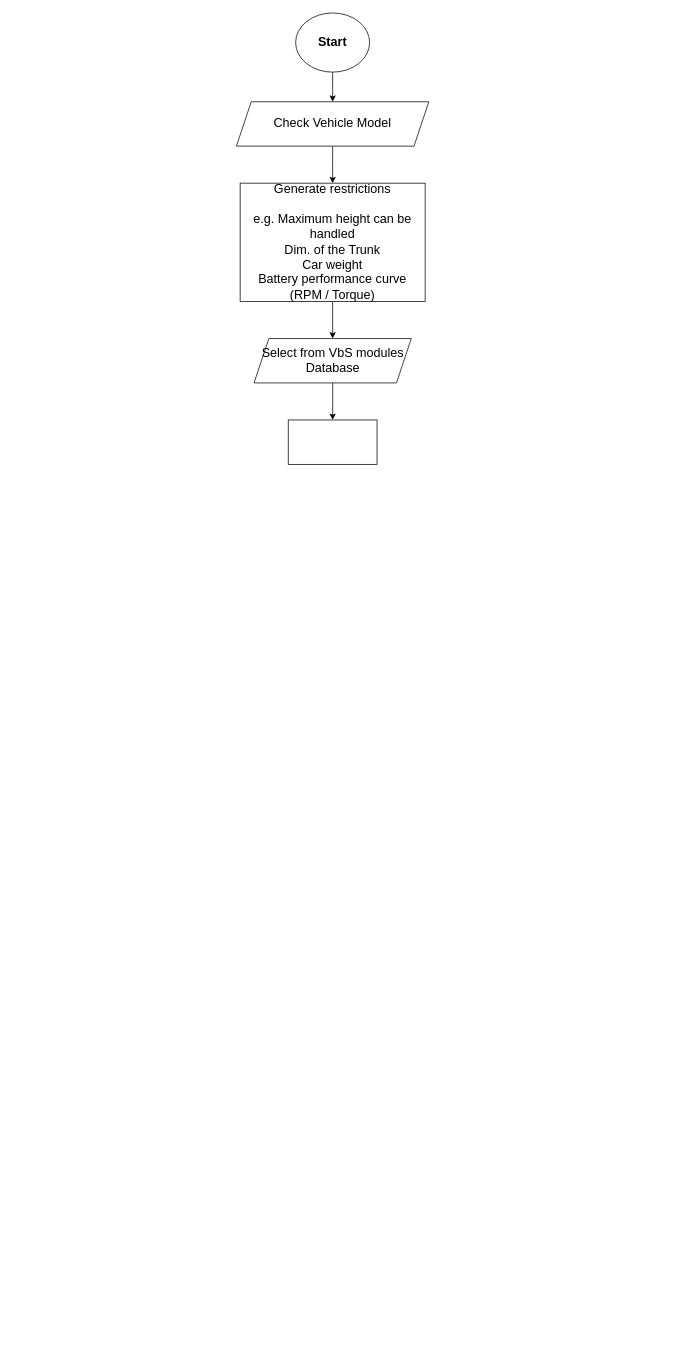
Earlier version of the draw.io diagram page "UML" (2 of 3) of Draft01.drawio (AhmedElsayed-17/UML_aCar). Source tidied: cells renumbered, new cells numbered last; positions are measured from the earlier drawing's top-left corner, leaving out a move shared by most shapes. Both pictures are drawn from the tidied source at 74%, with x=0, y=0 at pixel (236, 13).
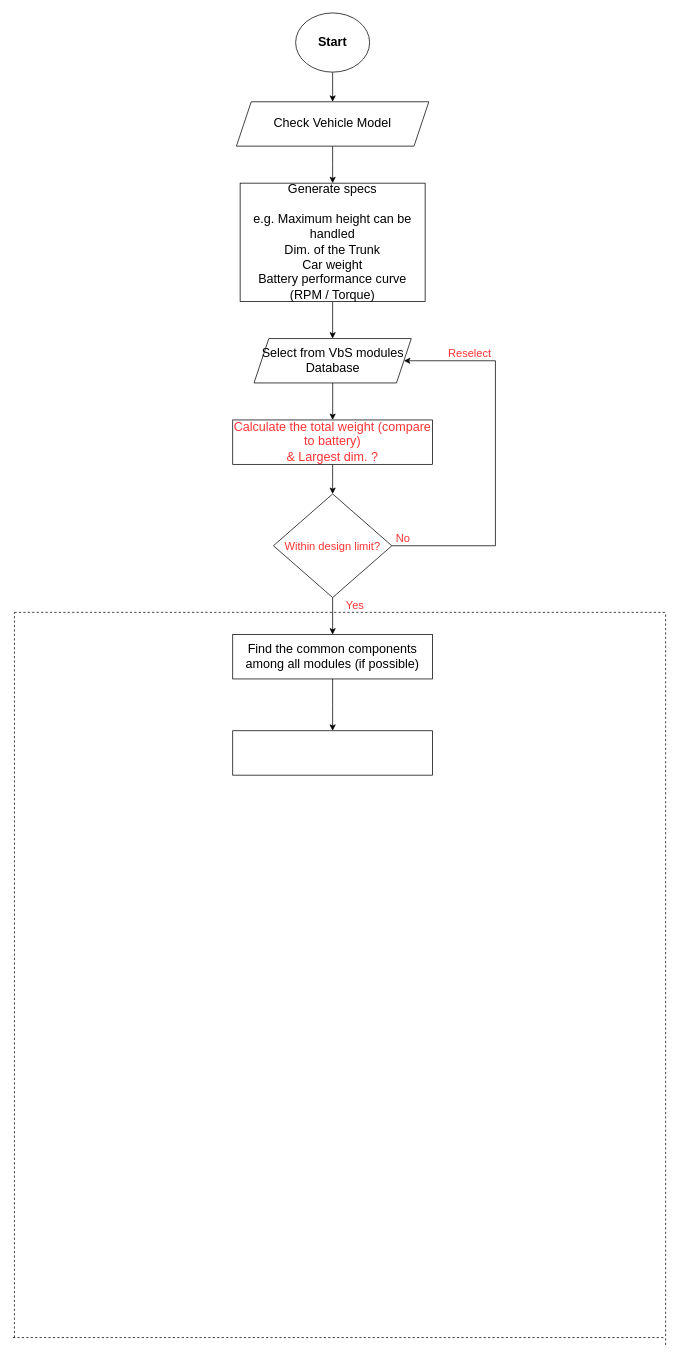
The same diagram, later.

The change refers to these unchanged cells:
```xml
<mxCell id="9" value="Select from VbS modules Database" style="shape=parallelogram;perimeter=parallelogramPerimeter;whiteSpace=wrap;html=1;fixedSize=1;fontSize=17;" parent="1" vertex="1">
  <mxGeometry x="23.8" y="440" width="212.5" height="60" as="geometry" />
</mxCell>
```

Diff of the diagram source:
```diff
@@
-    <mxCell id="7" value="&lt;div&gt;Generate restrictions&lt;/div&gt;&lt;div&gt;&lt;br&gt;&lt;/div&gt;&lt;div&gt;e.g. Maximum height can be handled&lt;/div&gt;&lt;div&gt;&lt;div&gt;Dim. of the Trunk&lt;/div&gt;&lt;/div&gt;&lt;div&gt;Car weight&lt;/div&gt;&lt;div&gt;Battery performance curve (RPM / Torque)&lt;/div&gt;" style="rounded=0;whiteSpace=wrap;html=1;fontSize=17;" parent="1" vertex="1">
+    <mxCell id="7" value="&lt;div&gt;Generate specs&lt;/div&gt;&lt;div&gt;&lt;br&gt;&lt;/div&gt;&lt;div&gt;e.g. Maximum height can be handled&lt;/div&gt;&lt;div&gt;&lt;div&gt;Dim. of the Trunk&lt;/div&gt;&lt;/div&gt;&lt;div&gt;Car weight&lt;/div&gt;&lt;div&gt;Battery performance curve (RPM / Torque)&lt;/div&gt;" style="rounded=0;whiteSpace=wrap;html=1;fontSize=17;" parent="1" vertex="1">
       <mxGeometry x="5" y="230" width="250" height="160" as="geometry" />
     </mxCell>
@@
+    <mxCell id="11" style="edgeStyle=orthogonalEdgeStyle;rounded=0;jettySize=auto;html=1;exitX=0.5;exitY=1;exitDx=0;exitDy=0;" parent="1" edge="1" source="10">
+      <mxGeometry relative="1" as="geometry">
+        <mxPoint x="130" y="650" as="targetPoint" />
+      </mxGeometry>
+    </mxCell>
-    <mxCell id="10" style="rounded=0;whiteSpace=wrap;html=1;fontSize=17;" parent="1" vertex="1">
-      <mxGeometry x="70" y="550" width="120" height="60" as="geometry" />
+    <mxCell id="10" value="&lt;div&gt;&lt;font color=&quot;#FF3333&quot;&gt;Calculate the total weight (compare to battery)&lt;br&gt;&lt;/font&gt;&lt;/div&gt;&lt;div&gt;&lt;font color=&quot;#FF3333&quot;&gt;&amp;amp; Largest dim. ?&lt;br&gt;&lt;/font&gt;&lt;/div&gt;" style="rounded=0;whiteSpace=wrap;html=1;fontSize=17;" parent="1" vertex="1">
+      <mxGeometry x="-5" y="550" width="270" height="60" as="geometry" />
     </mxCell>
+    <mxCell id="12" style="endArrow=none;dashed=1;html=1;rounded=0;" parent="1" edge="1">
+      <mxGeometry relative="1" as="geometry">
+        <mxPoint x="-300" y="810" as="sourcePoint" />
+        <mxPoint x="580" y="810" as="targetPoint" />
+      </mxGeometry>
+    </mxCell>
+    <mxCell id="13" style="endArrow=none;dashed=1;html=1;rounded=0;" parent="1" edge="1">
+      <mxGeometry relative="1" as="geometry">
+        <mxPoint x="580" y="1800" as="sourcePoint" />
+        <mxPoint x="580" y="810" as="targetPoint" />
+      </mxGeometry>
+    </mxCell>
+    <mxCell id="14" style="endArrow=none;dashed=1;html=1;rounded=0;" parent="1" edge="1">
+      <mxGeometry relative="1" as="geometry">
+        <mxPoint x="-302" y="1790" as="sourcePoint" />
+        <mxPoint x="578" y="1790" as="targetPoint" />
+      </mxGeometry>
+    </mxCell>
+    <mxCell id="15" style="endArrow=none;dashed=1;html=1;rounded=0;" parent="1" edge="1">
+      <mxGeometry relative="1" as="geometry">
+        <mxPoint x="-300" y="1790" as="sourcePoint" />
+        <mxPoint x="-300" y="810" as="targetPoint" />
+      </mxGeometry>
+    </mxCell>
+    <mxCell id="16" style="edgeStyle=orthogonalEdgeStyle;rounded=0;jettySize=auto;html=1;fontSize=15;fontColor=#FF3333;" parent="1" edge="1" source="17">
+      <mxGeometry relative="1" as="geometry">
+        <mxPoint x="130" y="970" as="targetPoint" />
+      </mxGeometry>
+    </mxCell>
+    <mxCell id="17" value="Find the common components among all modules (if possible)" style="rounded=0;whiteSpace=wrap;html=1;fontSize=17;" parent="1" vertex="1">
+      <mxGeometry x="-5" y="840" width="270" height="60" as="geometry" />
+    </mxCell>
+    <mxCell id="18" style="edgeStyle=orthogonalEdgeStyle;rounded=0;jettySize=auto;html=1;fontSize=15;fontColor=#FF3333;" parent="1" edge="1" source="20" target="17">
+      <mxGeometry relative="1" as="geometry" />
+    </mxCell>
+    <mxCell id="19" style="edgeStyle=orthogonalEdgeStyle;rounded=0;jettySize=auto;html=1;fontSize=15;fontColor=#FF3333;" parent="1" edge="1" source="20" target="9">
+      <mxGeometry relative="1" as="geometry">
+        <Array as="points">
+          <mxPoint x="350" y="720" />
+          <mxPoint x="350" y="470" />
+        </Array>
+      </mxGeometry>
+    </mxCell>
+    <mxCell id="20" value="&lt;font style=&quot;font-size: 15px&quot;&gt;Within design limit?&lt;/font&gt;" style="rhombus;whiteSpace=wrap;html=1;fontColor=#FF3333;" parent="1" vertex="1">
+      <mxGeometry x="50" y="650" width="160" height="140" as="geometry" />
+    </mxCell>
+    <mxCell id="21" value="No" style="text;html=1;align=center;verticalAlign=middle;strokeColor=none;fillColor=none;fontSize=15;fontColor=#FF3333;" parent="1" vertex="1">
+      <mxGeometry x="210" y="700" width="30" height="20" as="geometry" />
+    </mxCell>
+    <mxCell id="22" value="Reselect" style="text;html=1;align=center;verticalAlign=middle;strokeColor=none;fillColor=none;fontSize=15;fontColor=#FF3333;" parent="1" vertex="1">
+      <mxGeometry x="285" y="450" width="60" height="20" as="geometry" />
+    </mxCell>
+    <mxCell id="23" value="Yes" style="text;html=1;align=center;verticalAlign=middle;strokeColor=none;fillColor=none;fontSize=15;fontColor=#FF3333;" parent="1" vertex="1">
+      <mxGeometry x="140" y="790" width="40" height="20" as="geometry" />
+    </mxCell>
+    <mxCell id="24" style="rounded=0;whiteSpace=wrap;html=1;fontSize=15;fontColor=#FF3333;" parent="1" vertex="1">
+      <mxGeometry x="-5" y="970" width="270" height="60" as="geometry" />
+    </mxCell>
```
